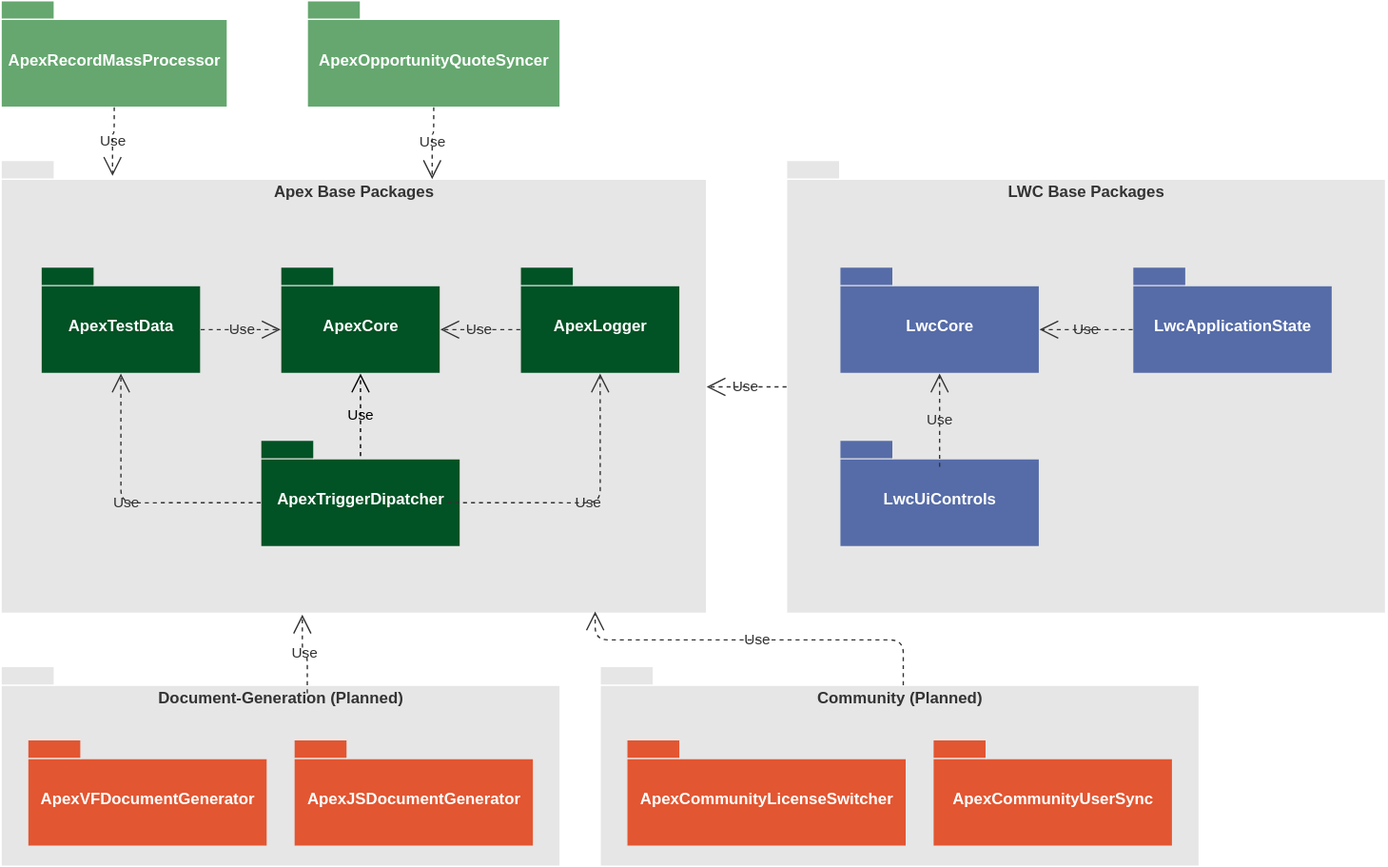
hwconsult/hwconsult.github.io keeps this draw.io diagram as hwToolkit/resources/toolkit-UML.svg. Above is the earlier version. Source tidied: cells renumbered, new cells last; positions are measured from the earlier drawing's top-left corner, leaving out a move shared by most shapes.
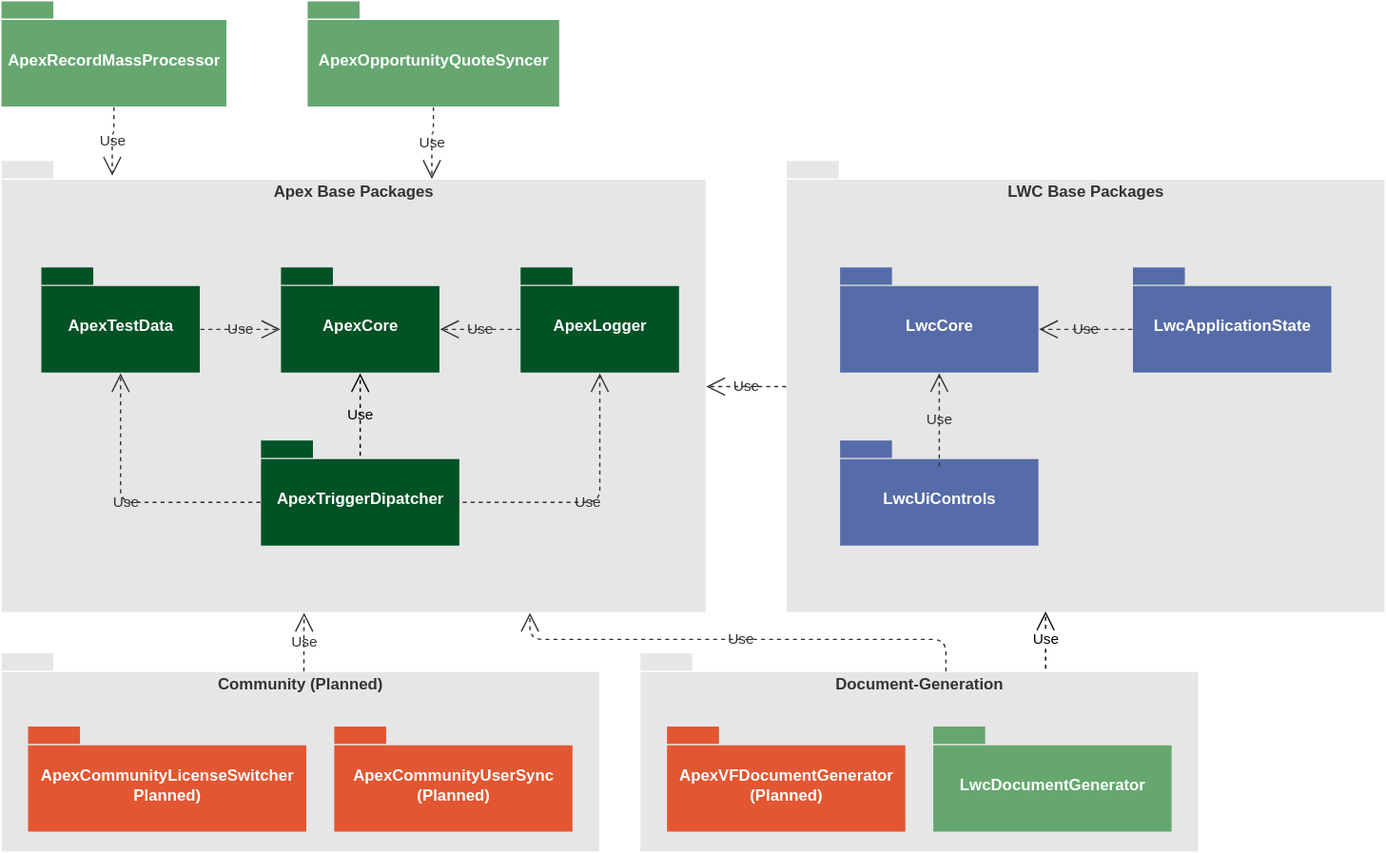
After the change.

The edit, as a diff of the source:
```diff
@@ -2,8 +2,8 @@
   <root>
     <mxCell id="0" />
     <mxCell id="1" parent="0" />
-    <mxCell id="2" value="Document-Generation (Planned)" style="shape=folder;fontStyle=1;spacingTop=10;tabWidth=40;tabHeight=14;tabPosition=left;html=1;verticalAlign=top;fillColor=#E6E6E6;strokeColor=#FFFFFF;fontColor=#333333;" parent="1" vertex="1">
-      <mxGeometry y="500" width="420" height="150" as="geometry" />
+    <mxCell id="2" value="Document-Generation" style="shape=folder;fontStyle=1;spacingTop=10;tabWidth=40;tabHeight=14;tabPosition=left;html=1;verticalAlign=top;fillColor=#E6E6E6;strokeColor=#FFFFFF;fontColor=#333333;" parent="1" vertex="1">
+      <mxGeometry x="480" y="490" width="420" height="150" as="geometry" />
     </mxCell>
     <mxCell id="3" value="Apex Base Packages" style="shape=folder;fontStyle=1;spacingTop=10;tabWidth=40;tabHeight=14;tabPosition=left;html=1;verticalAlign=top;strokeColor=#FFFFFF;fillColor=#E6E6E6;fontColor=#333333;" parent="1" vertex="1">
       <mxGeometry y="120" width="530" height="340" as="geometry" />
@@ -47,27 +47,30 @@
     <mxCell id="16" value="Use" style="endArrow=open;endSize=12;dashed=1;html=1;entryX=0.611;entryY=0.041;entryDx=0;entryDy=0;entryPerimeter=0;edgeStyle=orthogonalEdgeStyle;exitX=0.5;exitY=1;exitDx=0;exitDy=0;exitPerimeter=0;labelBackgroundColor=none;fontColor=#333333;strokeColor=#333333;" parent="1" edge="1" source="15" target="3">
       <mxGeometry relative="1" as="geometry" />
     </mxCell>
-    <mxCell id="17" value="ApexVFDocumentGenerator" style="shape=folder;fontStyle=1;spacingTop=10;tabWidth=40;tabHeight=14;tabPosition=left;html=1;verticalAlign=middle;fillColor=#E25631;strokeColor=#E6E6E6;fontColor=#FFFFFF;" parent="1" vertex="1">
-      <mxGeometry x="20" y="555" width="180" height="80" as="geometry" />
+    <mxCell id="17" value="ApexVFDocumentGenerator&lt;br&gt;(Planned)" style="shape=folder;fontStyle=1;spacingTop=10;tabWidth=40;tabHeight=14;tabPosition=left;html=1;verticalAlign=middle;fillColor=#E25631;strokeColor=#E6E6E6;fontColor=#FFFFFF;" parent="1" vertex="1">
+      <mxGeometry x="500" y="545" width="180" height="80" as="geometry" />
     </mxCell>
-    <mxCell id="18" value="ApexJSDocumentGenerator" style="shape=folder;fontStyle=1;spacingTop=10;tabWidth=40;tabHeight=14;tabPosition=left;html=1;verticalAlign=middle;fillColor=#E25631;strokeColor=#E6E6E6;fontColor=#FFFFFF;" parent="1" vertex="1">
-      <mxGeometry x="220" y="555" width="180" height="80" as="geometry" />
+    <mxCell id="18" value="LwcDocumentGenerator" style="shape=folder;fontStyle=1;spacingTop=10;tabWidth=40;tabHeight=14;tabPosition=left;html=1;verticalAlign=middle;fillColor=#65A76F;strokeColor=#E6E6E6;fontColor=#FFFFFF;" parent="1" vertex="1">
+      <mxGeometry x="700" y="545" width="180" height="80" as="geometry" />
     </mxCell>
-    <mxCell id="19" value="Use" style="endArrow=open;endSize=12;dashed=1;html=1;edgeStyle=orthogonalEdgeStyle;labelBackgroundColor=none;fontColor=#333333;strokeColor=#333333;entryX=0.427;entryY=1.003;entryDx=0;entryDy=0;entryPerimeter=0;" parent="1" edge="1" target="3">
+    <mxCell id="19" value="Use" style="endArrow=open;endSize=12;dashed=1;html=1;edgeStyle=orthogonalEdgeStyle;labelBackgroundColor=none;fontColor=#333333;strokeColor=#333333;entryX=0.75;entryY=1;entryDx=0;entryDy=0;entryPerimeter=0;exitX=0;exitY=0;exitDx=230;exitDy=14;exitPerimeter=0;" parent="1" edge="1" source="2" target="3">
       <mxGeometry relative="1" as="geometry">
-        <mxPoint x="230" y="520" as="sourcePoint" />
+        <Array as="points">
+          <mxPoint x="710" y="480" />
+          <mxPoint x="398" y="480" />
+        </Array>
       </mxGeometry>
     </mxCell>
     <mxCell id="20" value="Community (Planned)" style="shape=folder;fontStyle=1;spacingTop=10;tabWidth=40;tabHeight=14;tabPosition=left;html=1;verticalAlign=top;fillColor=#E6E6E6;strokeColor=#FFFFFF;fontColor=#333333;" parent="1" vertex="1">
-      <mxGeometry x="450" y="500" width="450" height="150" as="geometry" />
+      <mxGeometry y="490" width="450" height="150" as="geometry" />
     </mxCell>
-    <mxCell id="21" value="ApexCommunityLicenseSwitcher" style="shape=folder;fontStyle=1;spacingTop=10;tabWidth=40;tabHeight=14;tabPosition=left;html=1;verticalAlign=middle;fillColor=#E25631;strokeColor=#E6E6E6;fontColor=#FFFFFF;" parent="1" vertex="1">
-      <mxGeometry x="470" y="555" width="210" height="80" as="geometry" />
+    <mxCell id="21" value="ApexCommunityLicenseSwitcher&lt;br&gt;Planned)" style="shape=folder;fontStyle=1;spacingTop=10;tabWidth=40;tabHeight=14;tabPosition=left;html=1;verticalAlign=middle;fillColor=#E25631;strokeColor=#E6E6E6;fontColor=#FFFFFF;" parent="1" vertex="1">
+      <mxGeometry x="20" y="545" width="210" height="80" as="geometry" />
     </mxCell>
-    <mxCell id="22" value="ApexCommunityUserSync" style="shape=folder;fontStyle=1;spacingTop=10;tabWidth=40;tabHeight=14;tabPosition=left;html=1;verticalAlign=middle;fillColor=#E25631;strokeColor=#E6E6E6;fontColor=#FFFFFF;" parent="1" vertex="1">
-      <mxGeometry x="700" y="555" width="180" height="80" as="geometry" />
+    <mxCell id="22" value="ApexCommunityUserSync&lt;br&gt;(Planned)" style="shape=folder;fontStyle=1;spacingTop=10;tabWidth=40;tabHeight=14;tabPosition=left;html=1;verticalAlign=middle;fillColor=#E25631;strokeColor=#E6E6E6;fontColor=#FFFFFF;" parent="1" vertex="1">
+      <mxGeometry x="250" y="545" width="180" height="80" as="geometry" />
     </mxCell>
-    <mxCell id="23" value="Use" style="endArrow=open;endSize=12;dashed=1;html=1;edgeStyle=orthogonalEdgeStyle;labelBackgroundColor=none;fontColor=#333333;strokeColor=#333333;exitX=0.506;exitY=0.093;exitDx=0;exitDy=0;exitPerimeter=0;entryX=0.842;entryY=0.996;entryDx=0;entryDy=0;entryPerimeter=0;" parent="1" edge="1" source="20" target="3">
+    <mxCell id="23" value="Use" style="endArrow=open;endSize=12;dashed=1;html=1;edgeStyle=orthogonalEdgeStyle;labelBackgroundColor=none;fontColor=#333333;strokeColor=#333333;exitX=0.506;exitY=0.093;exitDx=0;exitDy=0;exitPerimeter=0;entryX=0.43;entryY=1;entryDx=0;entryDy=0;entryPerimeter=0;" parent="1" edge="1" source="20" target="3">
       <mxGeometry relative="1" as="geometry" />
     </mxCell>
     <mxCell id="24" value="LWC Base Packages" style="shape=folder;fontStyle=1;spacingTop=10;tabWidth=40;tabHeight=14;tabPosition=left;html=1;verticalAlign=top;strokeColor=#FFFFFF;fillColor=#E6E6E6;fontColor=#333333;" parent="1" vertex="1">
@@ -93,5 +96,8 @@
     <mxCell id="30" value="Use" style="endArrow=open;endSize=12;dashed=1;html=1;labelBackgroundColor=none;fontColor=#333333;strokeColor=#333333;" parent="1" edge="1" source="24" target="3">
       <mxGeometry relative="1" as="geometry" />
     </mxCell>
+    <mxCell id="31" value="Use" style="endArrow=open;endSize=12;dashed=1;html=1;exitX=0.726;exitY=0.08;exitDx=0;exitDy=0;exitPerimeter=0;entryX=0.433;entryY=0.997;entryDx=0;entryDy=0;entryPerimeter=0;" parent="1" edge="1" source="2" target="24">
+      <mxGeometry relative="1" as="geometry" />
+    </mxCell>
   </root>
 </mxGraphModel>
```
